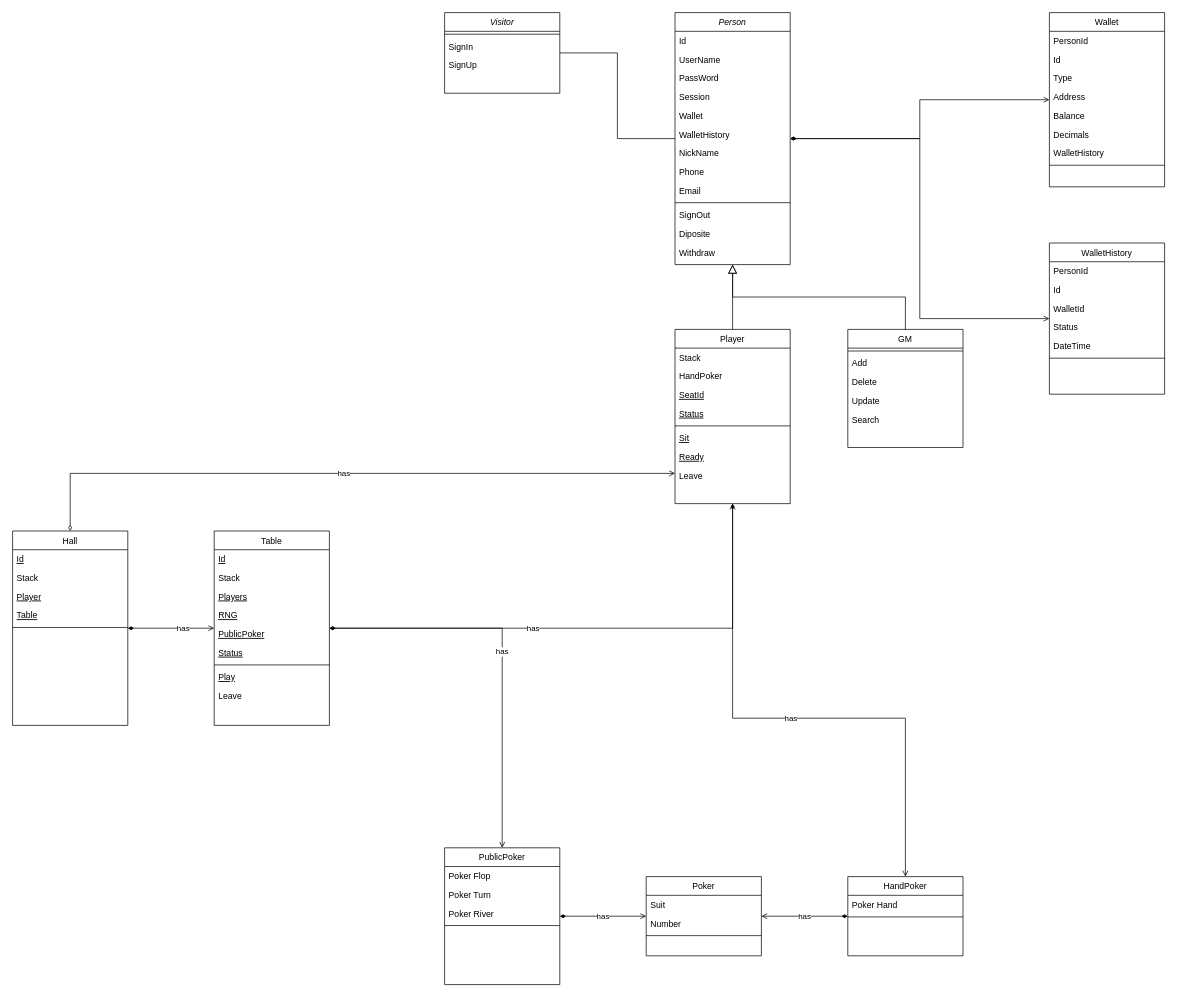
Above: P/Casino.drawio in qxyanda/UML (draw.io), before the change. Source tidied: cells renumbered, new cells numbered last; positions are measured from the earlier drawing's top-left corner, leaving out a move shared by most shapes. Both pictures are drawn from the tidied source at 72%, with x=0, y=0 at pixel (12, 12).
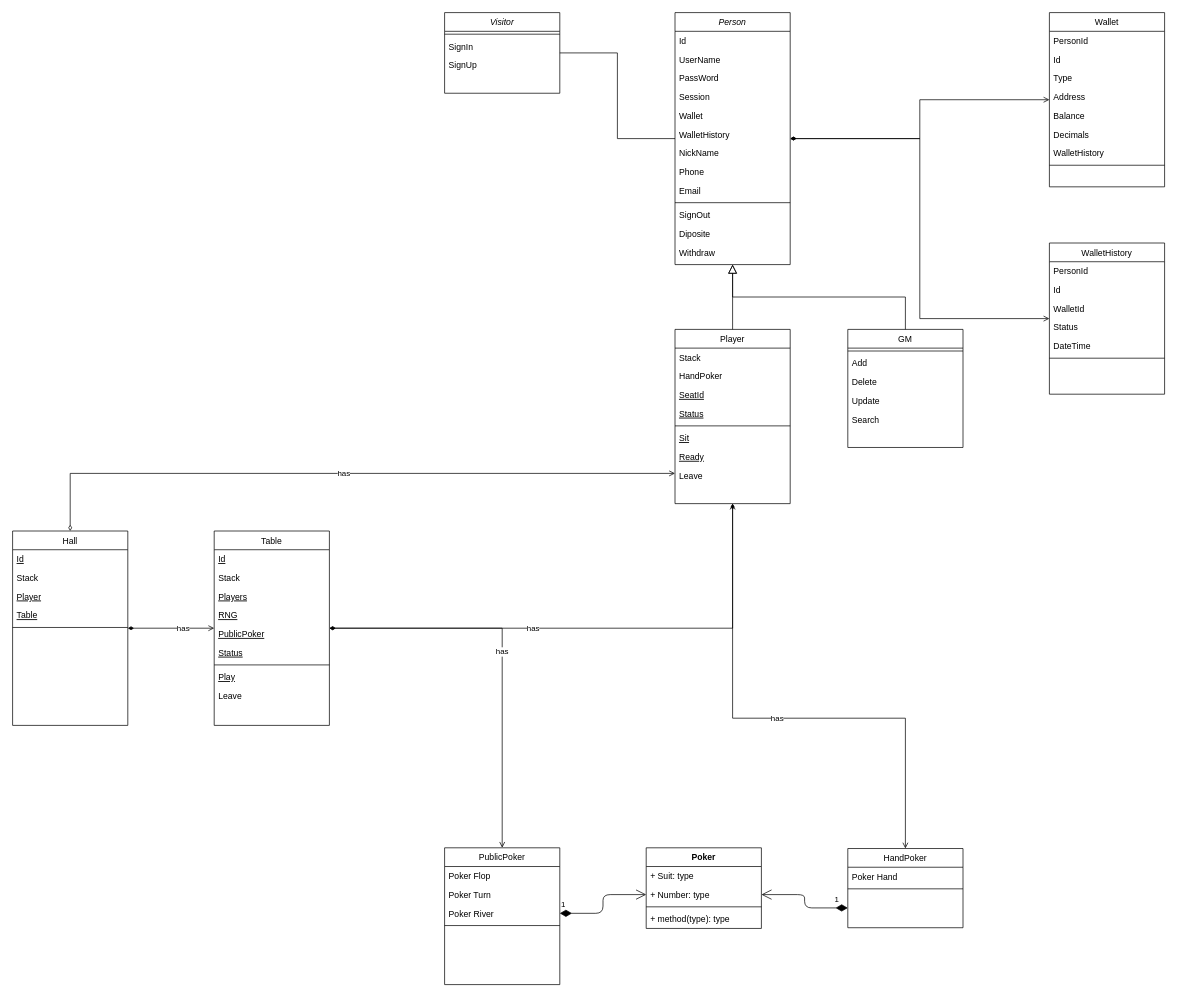
Above is the later version.

The change refers to these unchanged cells:
```xml
<mxCell id="88" value="PublicPoker" style="swimlane;fontStyle=0;align=center;verticalAlign=top;horizontal=1;startSize=26;rounded=0;shadow=0;strokeWidth=1;" parent="1" vertex="1">
  <mxGeometry x="600" y="1160" width="160" height="190" as="geometry" />
</mxCell>
<mxCell id="91" value="Poker River" style="text;align=left;verticalAlign=top;spacingLeft=4;spacingRight=4;overflow=hidden;points=[[0,0.5],[1,0.5]];portConstraint=eastwest;" parent="88" vertex="1">
  <mxGeometry y="78" width="160" height="26" as="geometry" />
</mxCell>
```

Diff of the diagram source:
```diff
@@
-    <mxCell id="79" value="has" style="edgeStyle=orthogonalEdgeStyle;rounded=0;jettySize=auto;html=1;endArrow=open;endFill=0;startArrow=diamondThin;startFill=1;" parent="1" edge="1" source="80" target="83">
-      <mxGeometry relative="1" as="geometry" />
-    </mxCell>
     <mxCell id="80" value="HandPoker" style="swimlane;fontStyle=0;align=center;verticalAlign=top;horizontal=1;startSize=26;rounded=0;shadow=0;strokeWidth=1;" parent="1" vertex="1">
-      <mxGeometry x="1160" y="1200" width="160" height="110" as="geometry" />
+      <mxGeometry x="1160" y="1161" width="160" height="110" as="geometry" />
     </mxCell>
@@
-    <mxCell id="83" value="Poker" style="swimlane;fontStyle=0;align=center;verticalAlign=top;horizontal=1;startSize=26;rounded=0;shadow=0;strokeWidth=1;" parent="1" vertex="1">
-      <mxGeometry x="880" y="1200" width="160" height="110" as="geometry" />
-    </mxCell>
-    <mxCell id="84" value="Suit" style="text;align=left;verticalAlign=top;spacingLeft=4;spacingRight=4;overflow=hidden;" parent="83" vertex="1">
-      <mxGeometry y="26" width="160" height="26" as="geometry" />
-    </mxCell>
-    <mxCell id="85" value="Number" style="text;align=left;verticalAlign=top;spacingLeft=4;spacingRight=4;overflow=hidden;" parent="83" vertex="1">
-      <mxGeometry y="52" width="160" height="26" as="geometry" />
-    </mxCell>
-    <mxCell id="86" style="line;html=1;strokeWidth=1;align=left;verticalAlign=middle;spacingTop=-1;spacingLeft=3;spacingRight=3;labelPosition=right;" parent="83" vertex="1">
-      <mxGeometry y="78" width="160" height="8" as="geometry" />
-    </mxCell>
-    <mxCell id="87" value="has" style="edgeStyle=orthogonalEdgeStyle;rounded=0;jettySize=auto;html=1;startArrow=diamondThin;startFill=1;endArrow=open;endFill=0;" parent="1" edge="1" source="88" target="83">
-      <mxGeometry relative="1" as="geometry" />
-    </mxCell>
@@
+    <mxCell id="93" value="1" style="endArrow=open;html=1;endSize=12;startArrow=diamondThin;startSize=14;startFill=1;edgeStyle=orthogonalEdgeStyle;align=left;verticalAlign=bottom;exitX=1;exitY=0.5;exitDx=0;exitDy=0;entryX=0;entryY=0.5;entryDx=0;entryDy=0;" parent="1" edge="1" source="91" target="96">
+      <mxGeometry x="-1" y="3" relative="1" as="geometry" />
+    </mxCell>
+    <mxCell id="94" value="1" style="endArrow=open;html=1;endSize=12;startArrow=diamondThin;startSize=14;startFill=1;edgeStyle=orthogonalEdgeStyle;align=left;verticalAlign=bottom;exitX=0;exitY=0.75;exitDx=0;exitDy=0;entryX=1;entryY=0.5;entryDx=0;entryDy=0;" parent="1" edge="1" source="80" target="96">
+      <mxGeometry x="-0.71" y="-3" relative="1" as="geometry" />
+    </mxCell>
+    <mxCell id="83" value="Poker" style="swimlane;fontStyle=1;align=center;verticalAlign=top;horizontal=1;startSize=26;" parent="1" vertex="1">
+      <mxGeometry x="880" y="1160" width="160" height="112" as="geometry" />
+    </mxCell>
+    <mxCell id="95" value="+ Suit: type" style="text;strokeColor=none;fillColor=none;align=left;verticalAlign=top;spacingLeft=4;spacingRight=4;overflow=hidden;" parent="83" vertex="1">
+      <mxGeometry y="26" width="160" height="26" as="geometry" />
+    </mxCell>
+    <mxCell id="96" value="+ Number: type" style="text;strokeColor=none;fillColor=none;align=left;verticalAlign=top;spacingLeft=4;spacingRight=4;overflow=hidden;points=[[0,0.5],[1,0.5]];portConstraint=eastwest;" parent="83" vertex="1">
+      <mxGeometry y="52" width="160" height="26" as="geometry" />
+    </mxCell>
+    <mxCell id="97" style="line;strokeWidth=1;fillColor=none;align=left;verticalAlign=middle;spacingTop=-1;spacingLeft=3;spacingRight=3;labelPosition=right;" parent="83" vertex="1">
+      <mxGeometry y="78" width="160" height="8" as="geometry" />
+    </mxCell>
+    <mxCell id="98" value="+ method(type): type" style="text;strokeColor=none;fillColor=none;align=left;verticalAlign=top;spacingLeft=4;spacingRight=4;overflow=hidden;" parent="83" vertex="1">
+      <mxGeometry y="86" width="160" height="26" as="geometry" />
+    </mxCell>
```
